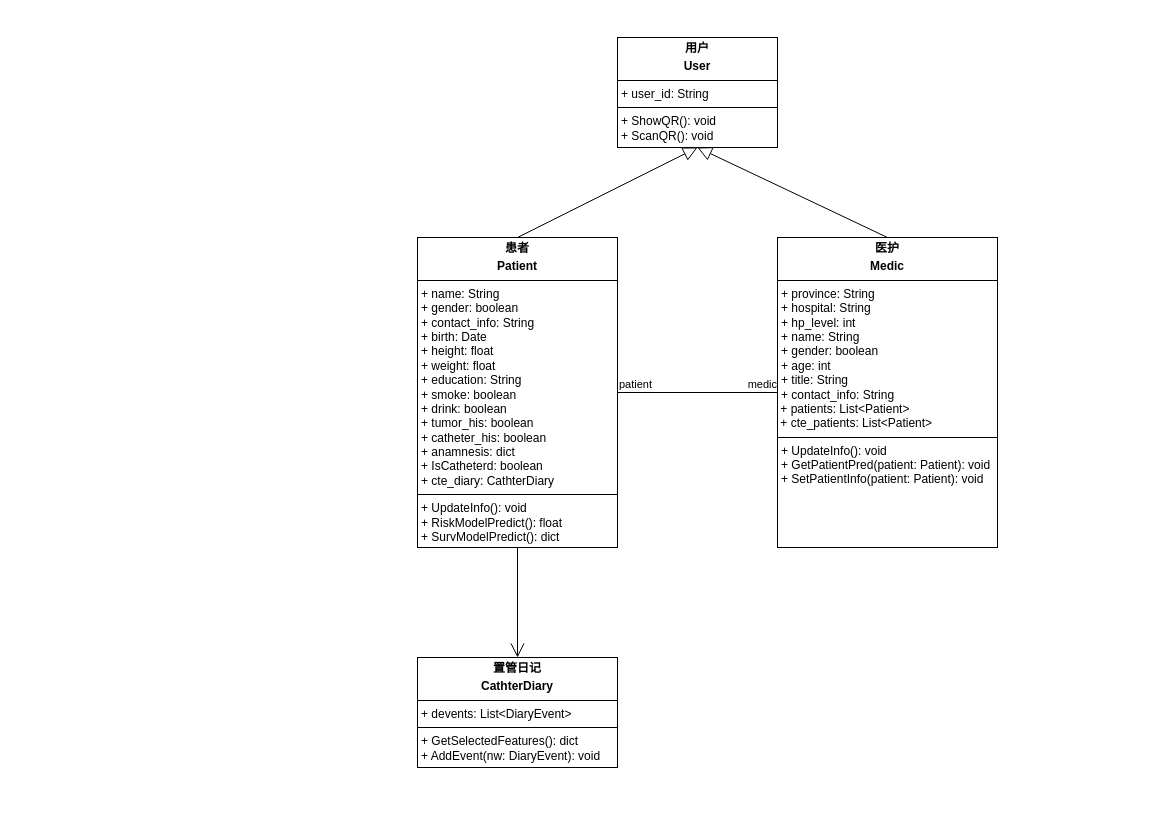
Above: 小程序_类图.drawio in ssssszj/Drawio (draw.io), before the change. Source tidied: cells renumbered, new cells numbered last; positions are measured from the earlier drawing's top-left corner, leaving out a move shared by most shapes. Both pictures are drawn from the tidied source at 100%, with x=0, y=0 at pixel (417, 37).
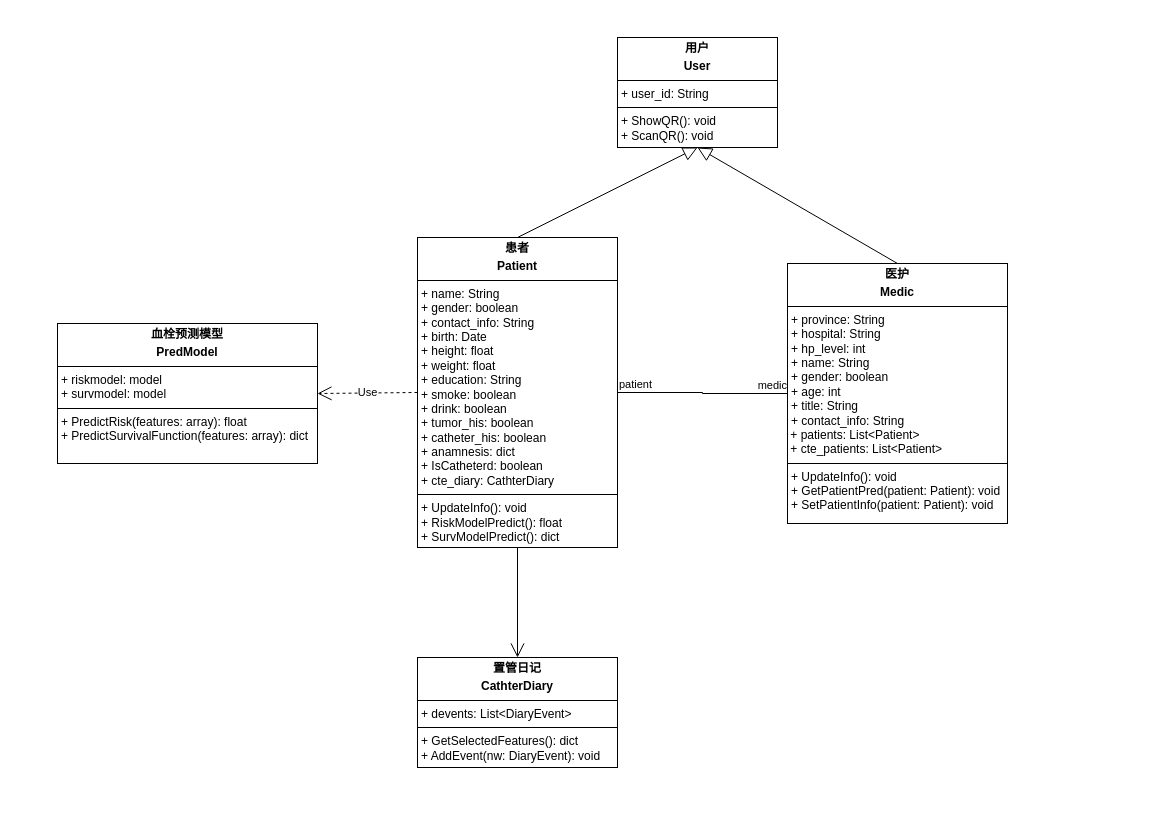
Above is the later version.

Commit message:
更新小程序_类图.drawio

Diff of the diagram source:
```diff
@@
 <mxGraphModel>
   <root>
     <mxCell id="0" />
     <mxCell id="1" parent="0" />
+    <mxCell id="12" style="rounded=0;whiteSpace=wrap;html=1;strokeColor=none;" parent="1" vertex="1">
+      <mxGeometry x="-400" y="-20" width="1130" height="800" as="geometry" />
+    </mxCell>
     <mxCell id="2" value="&lt;p style=&quot;margin:0px;margin-top:4px;text-align:center;&quot;&gt;&lt;b&gt;置管日记&lt;/b&gt;&lt;/p&gt;&lt;p style=&quot;margin:0px;margin-top:4px;text-align:center;&quot;&gt;&lt;b&gt;CathterDiary&lt;/b&gt;&lt;/p&gt;&lt;hr size=&quot;1&quot; style=&quot;border-style:solid;&quot;&gt;&lt;p style=&quot;margin:0px;margin-left:4px;&quot;&gt;+ devents: List&amp;lt;DiaryEvent&amp;gt;&lt;/p&gt;&lt;hr size=&quot;1&quot; style=&quot;border-style:solid;&quot;&gt;&lt;p style=&quot;margin:0px;margin-left:4px;&quot;&gt;+ GetSelectedFeatures(): dict&lt;/p&gt;&lt;p style=&quot;margin:0px;margin-left:4px;&quot;&gt;+ AddEvent(nw: DiaryEvent): void&lt;/p&gt;" style="verticalAlign=top;align=left;overflow=fill;html=1;whiteSpace=wrap;" parent="1" vertex="1">
       <mxGeometry y="620" width="200" height="110" as="geometry" />
     </mxCell>
     <mxCell id="3" value="&lt;p style=&quot;margin:0px;margin-top:4px;text-align:center;&quot;&gt;&lt;b&gt;患者&lt;/b&gt;&lt;/p&gt;&lt;p style=&quot;margin:0px;margin-top:4px;text-align:center;&quot;&gt;&lt;b&gt;Patient&lt;/b&gt;&lt;/p&gt;&lt;hr size=&quot;1&quot; style=&quot;border-style:solid;&quot;&gt;&lt;p style=&quot;margin:0px;margin-left:4px;&quot;&gt;+ name: String&lt;/p&gt;&lt;p style=&quot;margin:0px;margin-left:4px;&quot;&gt;+ gender: boolean&lt;/p&gt;&lt;p style=&quot;margin:0px;margin-left:4px;&quot;&gt;+ contact_info: String&lt;/p&gt;&lt;p style=&quot;margin:0px;margin-left:4px;&quot;&gt;+ birth: Date&lt;/p&gt;&lt;p style=&quot;margin:0px;margin-left:4px;&quot;&gt;+ height: float&lt;/p&gt;&lt;p style=&quot;margin:0px;margin-left:4px;&quot;&gt;+ weight: float&lt;/p&gt;&lt;p style=&quot;margin:0px;margin-left:4px;&quot;&gt;+ education: String&lt;/p&gt;&lt;p style=&quot;margin:0px;margin-left:4px;&quot;&gt;+ smoke: boolean&lt;/p&gt;&lt;p style=&quot;margin:0px;margin-left:4px;&quot;&gt;+ drink: boolean&lt;/p&gt;&lt;p style=&quot;margin:0px;margin-left:4px;&quot;&gt;+ tumor_his: boolean&lt;/p&gt;&lt;p style=&quot;margin:0px;margin-left:4px;&quot;&gt;+ catheter_his: boolean&lt;/p&gt;&lt;p style=&quot;margin:0px;margin-left:4px;&quot;&gt;+ anamnesis: dict&lt;/p&gt;&lt;p style=&quot;margin:0px;margin-left:4px;&quot;&gt;+ IsCatheterd: boolean&lt;/p&gt;&lt;p style=&quot;margin:0px;margin-left:4px;&quot;&gt;+ cte_diary: CathterDiary&lt;/p&gt;&lt;hr size=&quot;1&quot; style=&quot;border-style:solid;&quot;&gt;&lt;p style=&quot;margin:0px;margin-left:4px;&quot;&gt;+ UpdateInfo(): void&lt;/p&gt;&lt;p style=&quot;margin:0px;margin-left:4px;&quot;&gt;+ RiskModelPredict(): float&lt;/p&gt;&lt;p style=&quot;margin:0px;margin-left:4px;&quot;&gt;+ SurvModelPredict(): dict&lt;/p&gt;" style="verticalAlign=top;align=left;overflow=fill;html=1;whiteSpace=wrap;" parent="1" vertex="1">
       <mxGeometry y="200" width="200" height="310" as="geometry" />
     </mxCell>
     <mxCell id="4" value="&lt;p style=&quot;margin:0px;margin-top:4px;text-align:center;&quot;&gt;&lt;b&gt;医护&lt;/b&gt;&lt;/p&gt;&lt;p style=&quot;margin:0px;margin-top:4px;text-align:center;&quot;&gt;&lt;b&gt;Medic&lt;/b&gt;&lt;/p&gt;&lt;hr size=&quot;1&quot; style=&quot;border-style:solid;&quot;&gt;&lt;p style=&quot;margin:0px;margin-left:4px;&quot;&gt;+ province: String&lt;/p&gt;&lt;p style=&quot;margin:0px;margin-left:4px;&quot;&gt;+ hospital: String&lt;/p&gt;&lt;p style=&quot;margin:0px;margin-left:4px;&quot;&gt;+ hp_level: int&lt;/p&gt;&lt;p style=&quot;margin:0px;margin-left:4px;&quot;&gt;+ name: String&lt;/p&gt;&lt;p style=&quot;margin:0px;margin-left:4px;&quot;&gt;+ gender: boolean&lt;/p&gt;&lt;p style=&quot;margin:0px;margin-left:4px;&quot;&gt;+ age: int&lt;/p&gt;&lt;p style=&quot;margin:0px;margin-left:4px;&quot;&gt;+ title: String&lt;/p&gt;&lt;p style=&quot;margin:0px;margin-left:4px;&quot;&gt;+ contact_info: String&lt;/p&gt;&amp;nbsp;+ patients: List&amp;lt;Patient&amp;gt;&lt;div&gt;&amp;nbsp;+ cte_patients: List&amp;lt;Patient&amp;gt;&lt;br&gt;&lt;hr size=&quot;1&quot; style=&quot;border-style:solid;&quot;&gt;&lt;p style=&quot;margin:0px;margin-left:4px;&quot;&gt;+ UpdateInfo(): void&lt;/p&gt;&lt;p style=&quot;margin:0px;margin-left:4px;&quot;&gt;+ GetPatientPred(patient: Patient): void&lt;/p&gt;&lt;p style=&quot;margin:0px;margin-left:4px;&quot;&gt;+ SetPatientInfo(patient: Patient): void&lt;/p&gt;&lt;p style=&quot;margin:0px;margin-left:4px;&quot;&gt;&lt;br&gt;&lt;/p&gt;&lt;/div&gt;" style="verticalAlign=top;align=left;overflow=fill;html=1;whiteSpace=wrap;" parent="1" vertex="1">
-      <mxGeometry x="360" y="200" width="220" height="310" as="geometry" />
+      <mxGeometry x="370" y="226" width="220" height="260" as="geometry" />
     </mxCell>
     <mxCell id="5" value="&lt;p style=&quot;margin:0px;margin-top:4px;text-align:center;&quot;&gt;&lt;b&gt;用户&lt;/b&gt;&lt;/p&gt;&lt;p style=&quot;margin:0px;margin-top:4px;text-align:center;&quot;&gt;&lt;b&gt;User&lt;/b&gt;&lt;/p&gt;&lt;hr size=&quot;1&quot; style=&quot;border-style:solid;&quot;&gt;&lt;p style=&quot;margin:0px;margin-left:4px;&quot;&gt;+ user_id: String&lt;/p&gt;&lt;hr size=&quot;1&quot; style=&quot;border-style:solid;&quot;&gt;&lt;p style=&quot;margin:0px;margin-left:4px;&quot;&gt;+ ShowQR(): void&lt;/p&gt;&lt;p style=&quot;margin:0px;margin-left:4px;&quot;&gt;+ ScanQR(): void&lt;/p&gt;" style="verticalAlign=top;align=left;overflow=fill;html=1;whiteSpace=wrap;" parent="1" vertex="1">
       <mxGeometry x="200" width="160" height="110" as="geometry" />
     </mxCell>
     <mxCell id="6" style="edgeStyle=none;html=1;endSize=12;endArrow=block;endFill=0;rounded=0;exitX=0.5;exitY=0;exitDx=0;exitDy=0;entryX=0.5;entryY=1;entryDx=0;entryDy=0;" parent="1" edge="1" source="3" target="5">
       <mxGeometry relative="1" as="geometry" />
     </mxCell>
     <mxCell id="7" style="edgeStyle=none;html=1;endSize=12;endArrow=block;endFill=0;rounded=0;exitX=0.5;exitY=0;exitDx=0;exitDy=0;entryX=0.5;entryY=1;entryDx=0;entryDy=0;" parent="1" edge="1" source="4" target="5">
       <mxGeometry relative="1" as="geometry" />
     </mxCell>
     <mxCell id="8" style="endArrow=none;html=1;edgeStyle=orthogonalEdgeStyle;rounded=0;entryX=0;entryY=0.5;entryDx=0;entryDy=0;exitX=1;exitY=0.5;exitDx=0;exitDy=0;" parent="1" edge="1" source="3" target="4">
       <mxGeometry relative="1" as="geometry" />
     </mxCell>
     <mxCell id="9" value="patient" style="edgeLabel;html=1;align=left;verticalAlign=bottom;" parent="8" vertex="1">
       <mxGeometry x="-1" relative="1" as="geometry" />
     </mxCell>
     <mxCell id="10" value="medic" style="edgeLabel;html=1;align=right;verticalAlign=bottom;" parent="8" vertex="1">
       <mxGeometry x="1" relative="1" as="geometry" />
     </mxCell>
     <mxCell id="11" style="endArrow=open;endFill=1;endSize=12;html=1;rounded=0;exitX=0.5;exitY=1;exitDx=0;exitDy=0;entryX=0.5;entryY=0;entryDx=0;entryDy=0;" parent="1" edge="1" source="3" target="2">
       <mxGeometry relative="1" as="geometry" />
     </mxCell>
+    <mxCell id="13" value="Use" style="endArrow=open;endSize=12;dashed=1;html=1;rounded=0;exitX=0;exitY=0.5;exitDx=0;exitDy=0;entryX=1;entryY=0.5;entryDx=0;entryDy=0;" parent="1" edge="1" source="3" target="14">
+      <mxGeometry relative="1" as="geometry" />
+    </mxCell>
+    <mxCell id="14" value="&lt;p style=&quot;margin:0px;margin-top:4px;text-align:center;&quot;&gt;&lt;b&gt;血栓预测模型&lt;/b&gt;&lt;/p&gt;&lt;p style=&quot;margin:0px;margin-top:4px;text-align:center;&quot;&gt;&lt;b&gt;PredModel&lt;/b&gt;&lt;/p&gt;&lt;hr size=&quot;1&quot; style=&quot;border-style:solid;&quot;&gt;&lt;p style=&quot;margin:0px;margin-left:4px;&quot;&gt;+ riskmodel: model&lt;/p&gt;&lt;p style=&quot;margin:0px;margin-left:4px;&quot;&gt;+ survmodel: model&lt;/p&gt;&lt;hr size=&quot;1&quot; style=&quot;border-style:solid;&quot;&gt;&lt;p style=&quot;margin:0px;margin-left:4px;&quot;&gt;+ PredictRisk(features: array): float&lt;/p&gt;&lt;p style=&quot;margin:0px;margin-left:4px;&quot;&gt;+ PredictSurvivalFunction(features: array): dict&lt;/p&gt;" style="verticalAlign=top;align=left;overflow=fill;html=1;whiteSpace=wrap;" parent="1" vertex="1">
+      <mxGeometry x="-360" y="286" width="260" height="140" as="geometry" />
+    </mxCell>
   </root>
 </mxGraphModel>
```
